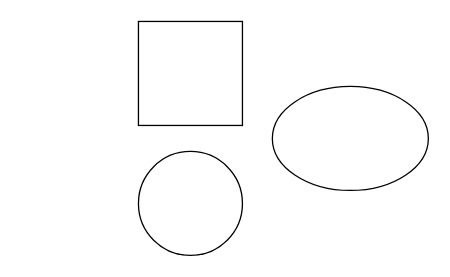
The draw.io diagram 未命名表单.drawio in ymm97/draw, before the edit. Source tidied: cells renumbered, new cells numbered last; positions are measured from the earlier drawing's top-left corner, leaving out a move shared by most shapes. Both pictures are drawn from the tidied source at 130%, with x=0, y=0 at pixel (138, 21).
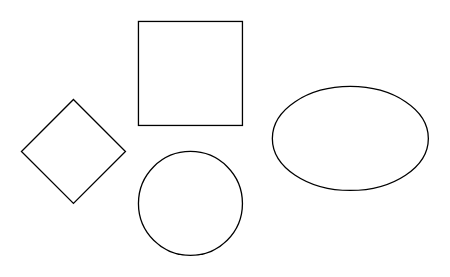
After the change.

Commit message:
未命名表单.drawio

What changed in the source:
```diff
@@
 <mxGraphModel>
   <root>
     <mxCell id="0" />
     <mxCell id="1" parent="0" />
     <mxCell id="2" style="whiteSpace=wrap;html=1;" parent="1" vertex="1">
       <mxGeometry width="80" height="80" as="geometry" />
     </mxCell>
     <mxCell id="3" style="ellipse;whiteSpace=wrap;html=1;" parent="1" vertex="1">
       <mxGeometry y="100" width="80" height="80" as="geometry" />
     </mxCell>
     <mxCell id="4" style="ellipse;whiteSpace=wrap;html=1;" parent="1" vertex="1">
       <mxGeometry x="103" y="50" width="120" height="80" as="geometry" />
     </mxCell>
+    <mxCell id="5" style="rhombus;whiteSpace=wrap;html=1;" parent="1" vertex="1">
+      <mxGeometry x="-90" y="60" width="80" height="80" as="geometry" />
+    </mxCell>
   </root>
 </mxGraphModel>
```
